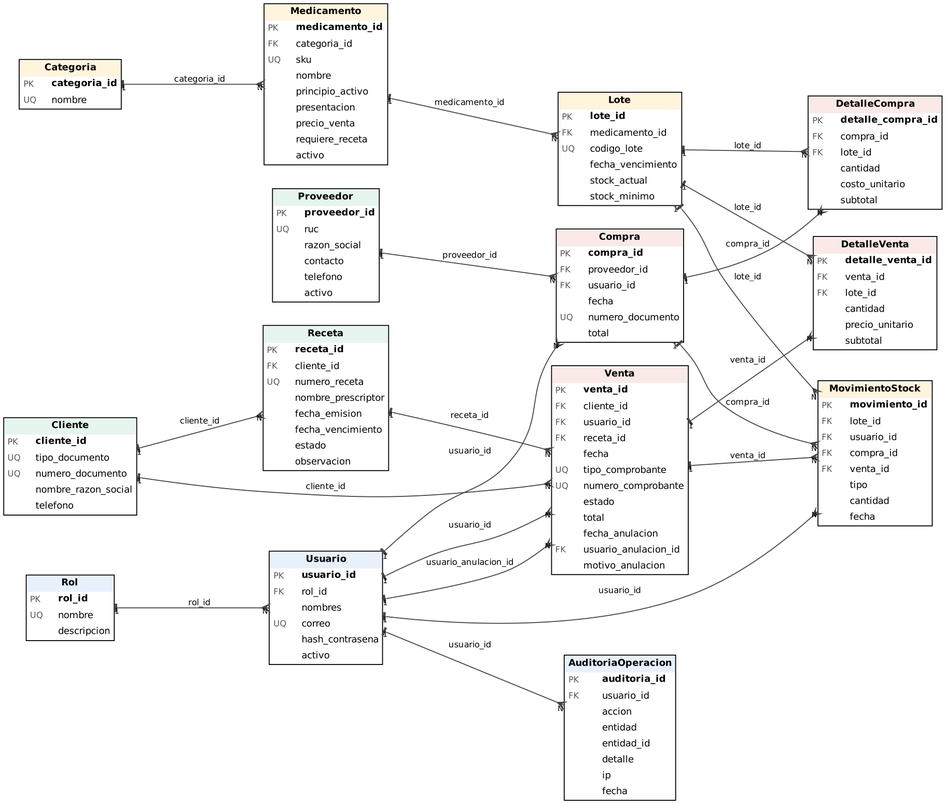
The Graphviz diagram docs/diagramas/modelo_logico.png in angelonavarroxd23-lab/Farma-Control, before a commit. Its source is kept beside it as docs/diagramas/src/modelo_logico.dot.
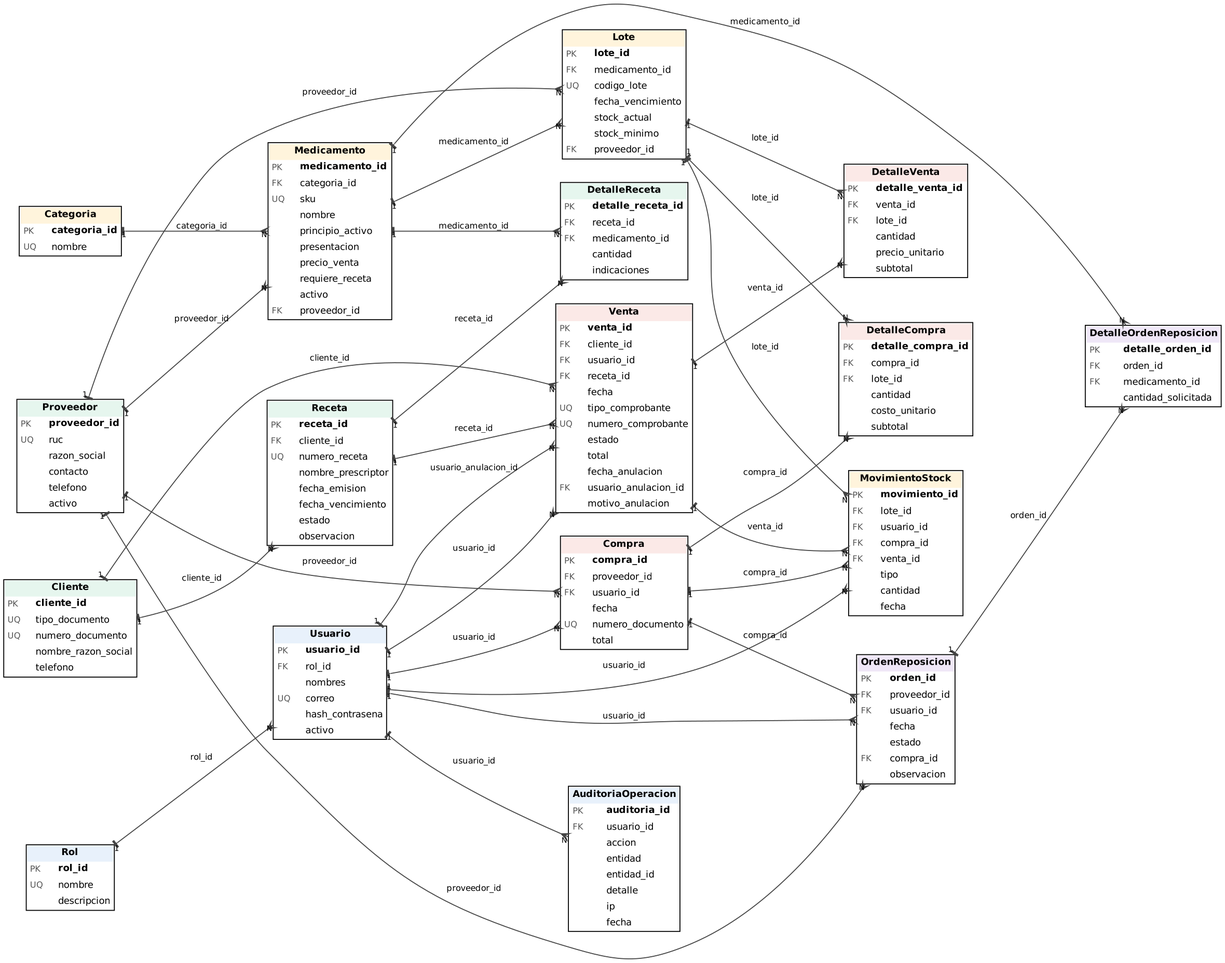
Above is the later version.

What changed in the source:
```diff
@@ -6,23 +6,35 @@
 Cliente [label=<<TABLE BORDER="1" CELLBORDER="0" CELLSPACING="0" CELLPADDING="3" BGCOLOR="white"><TR><TD COLSPAN="2" BGCOLOR="#E6F6EE"><B>Cliente</B></TD></TR><TR><TD ALIGN="LEFT" WIDTH="30"><FONT POINT-SIZE="9" COLOR="#555555">PK</FONT></TD><TD ALIGN="LEFT"><B>cliente_id</B></TD></TR><TR><TD ALIGN="LEFT" WIDTH="30"><FONT POINT-SIZE="9" COLOR="#555555">UQ</FONT></TD><TD ALIGN="LEFT">tipo_documento</TD></TR><TR><TD ALIGN="LEFT" WIDTH="30"><FONT POINT-SIZE="9" COLOR="#555555">UQ</FONT></TD><TD ALIGN="LEFT">numero_documento</TD></TR><TR><TD ALIGN="LEFT" WIDTH="30"> </TD><TD ALIGN="LEFT">nombre_razon_social</TD></TR><TR><TD ALIGN="LEFT" WIDTH="30"> </TD><TD ALIGN="LEFT">telefono</TD></TR></TABLE>>];
 Proveedor [label=<<TABLE BORDER="1" CELLBORDER="0" CELLSPACING="0" CELLPADDING="3" BGCOLOR="white"><TR><TD COLSPAN="2" BGCOLOR="#E6F6EE"><B>Proveedor</B></TD></TR><TR><TD ALIGN="LEFT" WIDTH="30"><FONT POINT-SIZE="9" COLOR="#555555">PK</FONT></TD><TD ALIGN="LEFT"><B>proveedor_id</B></TD></TR><TR><TD ALIGN="LEFT" WIDTH="30"><FONT POINT-SIZE="9" COLOR="#555555">UQ</FONT></TD><TD ALIGN="LEFT">ruc</TD></TR><TR><TD ALIGN="LEFT" WIDTH="30"> </TD><TD ALIGN="LEFT">razon_social</TD></TR><TR><TD ALIGN="LEFT" WIDTH="30"> </TD><TD ALIGN="LEFT">contacto</TD></TR><TR><TD ALIGN="LEFT" WIDTH="30"> </TD><TD ALIGN="LEFT">telefono</TD></TR><TR><TD ALIGN="LEFT" WIDTH="30"> </TD><TD ALIGN="LEFT">activo</TD></TR></TABLE>>];
 Categoria [label=<<TABLE BORDER="1" CELLBORDER="0" CELLSPACING="0" CELLPADDING="3" BGCOLOR="white"><TR><TD COLSPAN="2" BGCOLOR="#FFF4DC"><B>Categoria</B></TD></TR><TR><TD ALIGN="LEFT" WIDTH="30"><FONT POINT-SIZE="9" COLOR="#555555">PK</FONT></TD><TD ALIGN="LEFT"><B>categoria_id</B></TD></TR><TR><TD ALIGN="LEFT" WIDTH="30"><FONT POINT-SIZE="9" COLOR="#555555">UQ</FONT></TD><TD ALIGN="LEFT">nombre</TD></TR></TABLE>>];
-Medicamento [label=<<TABLE BORDER="1" CELLBORDER="0" CELLSPACING="0" CELLPADDING="3" BGCOLOR="white"><TR><TD COLSPAN="2" BGCOLOR="#FFF4DC"><B>Medicamento</B></TD></TR><TR><TD ALIGN="LEFT" WIDTH="30"><FONT POINT-SIZE="9" COLOR="#555555">PK</FONT></TD><TD ALIGN="LEFT"><B>medicamento_id</B></TD></TR><TR><TD ALIGN="LEFT" WIDTH="30"><FONT POINT-SIZE="9" COLOR="#555555">FK</FONT></TD><TD ALIGN="LEFT">categoria_id</TD></TR><TR><TD ALIGN="LEFT" WIDTH="30"><FONT POINT-SIZE="9" COLOR="#555555">UQ</FONT></TD><TD ALIGN="LEFT">sku</TD></TR><TR><TD ALIGN="LEFT" WIDTH="30"> </TD><TD ALIGN="LEFT">nombre</TD></TR><TR><TD ALIGN="LEFT" WIDTH="30"> </TD><TD ALIGN="LEFT">principio_activo</TD></TR><TR><TD ALIGN="LEFT" WIDTH="30"> </TD><TD ALIGN="LEFT">presentacion</TD></TR><TR><TD ALIGN="LEFT" WIDTH="30"> </TD><TD ALIGN="LEFT">precio_venta</TD></TR><TR><TD ALIGN="LEFT" WIDTH="30"> </TD><TD ALIGN="LEFT">requiere_receta</TD></TR><TR><TD ALIGN="LEFT" WIDTH="30"> </TD><TD ALIGN="LEFT">activo</TD></TR></TABLE>>];
+Medicamento [label=<<TABLE BORDER="1" CELLBORDER="0" CELLSPACING="0" CELLPADDING="3" BGCOLOR="white"><TR><TD COLSPAN="2" BGCOLOR="#FFF4DC"><B>Medicamento</B></TD></TR><TR><TD ALIGN="LEFT" WIDTH="30"><FONT POINT-SIZE="9" COLOR="#555555">PK</FONT></TD><TD ALIGN="LEFT"><B>medicamento_id</B></TD></TR><TR><TD ALIGN="LEFT" WIDTH="30"><FONT POINT-SIZE="9" COLOR="#555555">FK</FONT></TD><TD ALIGN="LEFT">categoria_id</TD></TR><TR><TD ALIGN="LEFT" WIDTH="30"><FONT POINT-SIZE="9" COLOR="#555555">UQ</FONT></TD><TD ALIGN="LEFT">sku</TD></TR><TR><TD ALIGN="LEFT" WIDTH="30"> </TD><TD ALIGN="LEFT">nombre</TD></TR><TR><TD ALIGN="LEFT" WIDTH="30"> </TD><TD ALIGN="LEFT">principio_activo</TD></TR><TR><TD ALIGN="LEFT" WIDTH="30"> </TD><TD ALIGN="LEFT">presentacion</TD></TR><TR><TD ALIGN="LEFT" WIDTH="30"> </TD><TD ALIGN="LEFT">precio_venta</TD></TR><TR><TD ALIGN="LEFT" WIDTH="30"> </TD><TD ALIGN="LEFT">requiere_receta</TD></TR><TR><TD ALIGN="LEFT" WIDTH="30"> </TD><TD ALIGN="LEFT">activo</TD></TR><TR><TD ALIGN="LEFT" WIDTH="30"><FONT POINT-SIZE="9" COLOR="#555555">FK</FONT></TD><TD ALIGN="LEFT">proveedor_id</TD></TR></TABLE>>];
 Receta [label=<<TABLE BORDER="1" CELLBORDER="0" CELLSPACING="0" CELLPADDING="3" BGCOLOR="white"><TR><TD COLSPAN="2" BGCOLOR="#E6F6EE"><B>Receta</B></TD></TR><TR><TD ALIGN="LEFT" WIDTH="30"><FONT POINT-SIZE="9" COLOR="#555555">PK</FONT></TD><TD ALIGN="LEFT"><B>receta_id</B></TD></TR><TR><TD ALIGN="LEFT" WIDTH="30"><FONT POINT-SIZE="9" COLOR="#555555">FK</FONT></TD><TD ALIGN="LEFT">cliente_id</TD></TR><TR><TD ALIGN="LEFT" WIDTH="30"><FONT POINT-SIZE="9" COLOR="#555555">UQ</FONT></TD><TD ALIGN="LEFT">numero_receta</TD></TR><TR><TD ALIGN="LEFT" WIDTH="30"> </TD><TD ALIGN="LEFT">nombre_prescriptor</TD></TR><TR><TD ALIGN="LEFT" WIDTH="30"> </TD><TD ALIGN="LEFT">fecha_emision</TD></TR><TR><TD ALIGN="LEFT" WIDTH="30"> </TD><TD ALIGN="LEFT">fecha_vencimiento</TD></TR><TR><TD ALIGN="LEFT" WIDTH="30"> </TD><TD ALIGN="LEFT">estado</TD></TR><TR><TD ALIGN="LEFT" WIDTH="30"> </TD><TD ALIGN="LEFT">observacion</TD></TR></TABLE>>];
-Lote [label=<<TABLE BORDER="1" CELLBORDER="0" CELLSPACING="0" CELLPADDING="3" BGCOLOR="white"><TR><TD COLSPAN="2" BGCOLOR="#FFF4DC"><B>Lote</B></TD></TR><TR><TD ALIGN="LEFT" WIDTH="30"><FONT POINT-SIZE="9" COLOR="#555555">PK</FONT></TD><TD ALIGN="LEFT"><B>lote_id</B></TD></TR><TR><TD ALIGN="LEFT" WIDTH="30"><FONT POINT-SIZE="9" COLOR="#555555">FK</FONT></TD><TD ALIGN="LEFT">medicamento_id</TD></TR><TR><TD ALIGN="LEFT" WIDTH="30"><FONT POINT-SIZE="9" COLOR="#555555">UQ</FONT></TD><TD ALIGN="LEFT">codigo_lote</TD></TR><TR><TD ALIGN="LEFT" WIDTH="30"> </TD><TD ALIGN="LEFT">fecha_vencimiento</TD></TR><TR><TD ALIGN="LEFT" WIDTH="30"> </TD><TD ALIGN="LEFT">stock_actual</TD></TR><TR><TD ALIGN="LEFT" WIDTH="30"> </TD><TD ALIGN="LEFT">stock_minimo</TD></TR></TABLE>>];
+Lote [label=<<TABLE BORDER="1" CELLBORDER="0" CELLSPACING="0" CELLPADDING="3" BGCOLOR="white"><TR><TD COLSPAN="2" BGCOLOR="#FFF4DC"><B>Lote</B></TD></TR><TR><TD ALIGN="LEFT" WIDTH="30"><FONT POINT-SIZE="9" COLOR="#555555">PK</FONT></TD><TD ALIGN="LEFT"><B>lote_id</B></TD></TR><TR><TD ALIGN="LEFT" WIDTH="30"><FONT POINT-SIZE="9" COLOR="#555555">FK</FONT></TD><TD ALIGN="LEFT">medicamento_id</TD></TR><TR><TD ALIGN="LEFT" WIDTH="30"><FONT POINT-SIZE="9" COLOR="#555555">UQ</FONT></TD><TD ALIGN="LEFT">codigo_lote</TD></TR><TR><TD ALIGN="LEFT" WIDTH="30"> </TD><TD ALIGN="LEFT">fecha_vencimiento</TD></TR><TR><TD ALIGN="LEFT" WIDTH="30"> </TD><TD ALIGN="LEFT">stock_actual</TD></TR><TR><TD ALIGN="LEFT" WIDTH="30"> </TD><TD ALIGN="LEFT">stock_minimo</TD></TR><TR><TD ALIGN="LEFT" WIDTH="30"><FONT POINT-SIZE="9" COLOR="#555555">FK</FONT></TD><TD ALIGN="LEFT">proveedor_id</TD></TR></TABLE>>];
+DetalleReceta [label=<<TABLE BORDER="1" CELLBORDER="0" CELLSPACING="0" CELLPADDING="3" BGCOLOR="white"><TR><TD COLSPAN="2" BGCOLOR="#E6F6EE"><B>DetalleReceta</B></TD></TR><TR><TD ALIGN="LEFT" WIDTH="30"><FONT POINT-SIZE="9" COLOR="#555555">PK</FONT></TD><TD ALIGN="LEFT"><B>detalle_receta_id</B></TD></TR><TR><TD ALIGN="LEFT" WIDTH="30"><FONT POINT-SIZE="9" COLOR="#555555">FK</FONT></TD><TD ALIGN="LEFT">receta_id</TD></TR><TR><TD ALIGN="LEFT" WIDTH="30"><FONT POINT-SIZE="9" COLOR="#555555">FK</FONT></TD><TD ALIGN="LEFT">medicamento_id</TD></TR><TR><TD ALIGN="LEFT" WIDTH="30"> </TD><TD ALIGN="LEFT">cantidad</TD></TR><TR><TD ALIGN="LEFT" WIDTH="30"> </TD><TD ALIGN="LEFT">indicaciones</TD></TR></TABLE>>];
 Compra [label=<<TABLE BORDER="1" CELLBORDER="0" CELLSPACING="0" CELLPADDING="3" BGCOLOR="white"><TR><TD COLSPAN="2" BGCOLOR="#FBE9E7"><B>Compra</B></TD></TR><TR><TD ALIGN="LEFT" WIDTH="30"><FONT POINT-SIZE="9" COLOR="#555555">PK</FONT></TD><TD ALIGN="LEFT"><B>compra_id</B></TD></TR><TR><TD ALIGN="LEFT" WIDTH="30"><FONT POINT-SIZE="9" COLOR="#555555">FK</FONT></TD><TD ALIGN="LEFT">proveedor_id</TD></TR><TR><TD ALIGN="LEFT" WIDTH="30"><FONT POINT-SIZE="9" COLOR="#555555">FK</FONT></TD><TD ALIGN="LEFT">usuario_id</TD></TR><TR><TD ALIGN="LEFT" WIDTH="30"> </TD><TD ALIGN="LEFT">fecha</TD></TR><TR><TD ALIGN="LEFT" WIDTH="30"><FONT POINT-SIZE="9" COLOR="#555555">UQ</FONT></TD><TD ALIGN="LEFT">numero_documento</TD></TR><TR><TD ALIGN="LEFT" WIDTH="30"> </TD><TD ALIGN="LEFT">total</TD></TR></TABLE>>];
 DetalleCompra [label=<<TABLE BORDER="1" CELLBORDER="0" CELLSPACING="0" CELLPADDING="3" BGCOLOR="white"><TR><TD COLSPAN="2" BGCOLOR="#FBE9E7"><B>DetalleCompra</B></TD></TR><TR><TD ALIGN="LEFT" WIDTH="30"><FONT POINT-SIZE="9" COLOR="#555555">PK</FONT></TD><TD ALIGN="LEFT"><B>detalle_compra_id</B></TD></TR><TR><TD ALIGN="LEFT" WIDTH="30"><FONT POINT-SIZE="9" COLOR="#555555">FK</FONT></TD><TD ALIGN="LEFT">compra_id</TD></TR><TR><TD ALIGN="LEFT" WIDTH="30"><FONT POINT-SIZE="9" COLOR="#555555">FK</FONT></TD><TD ALIGN="LEFT">lote_id</TD></TR><TR><TD ALIGN="LEFT" WIDTH="30"> </TD><TD ALIGN="LEFT">cantidad</TD></TR><TR><TD ALIGN="LEFT" WIDTH="30"> </TD><TD ALIGN="LEFT">costo_unitario</TD></TR><TR><TD ALIGN="LEFT" WIDTH="30"> </TD><TD ALIGN="LEFT">subtotal</TD></TR></TABLE>>];
+OrdenReposicion [label=<<TABLE BORDER="1" CELLBORDER="0" CELLSPACING="0" CELLPADDING="3" BGCOLOR="white"><TR><TD COLSPAN="2" BGCOLOR="#EFE7F7"><B>OrdenReposicion</B></TD></TR><TR><TD ALIGN="LEFT" WIDTH="30"><FONT POINT-SIZE="9" COLOR="#555555">PK</FONT></TD><TD ALIGN="LEFT"><B>orden_id</B></TD></TR><TR><TD ALIGN="LEFT" WIDTH="30"><FONT POINT-SIZE="9" COLOR="#555555">FK</FONT></TD><TD ALIGN="LEFT">proveedor_id</TD></TR><TR><TD ALIGN="LEFT" WIDTH="30"><FONT POINT-SIZE="9" COLOR="#555555">FK</FONT></TD><TD ALIGN="LEFT">usuario_id</TD></TR><TR><TD ALIGN="LEFT" WIDTH="30"> </TD><TD ALIGN="LEFT">fecha</TD></TR><TR><TD ALIGN="LEFT" WIDTH="30"> </TD><TD ALIGN="LEFT">estado</TD></TR><TR><TD ALIGN="LEFT" WIDTH="30"><FONT POINT-SIZE="9" COLOR="#555555">FK</FONT></TD><TD ALIGN="LEFT">compra_id</TD></TR><TR><TD ALIGN="LEFT" WIDTH="30"> </TD><TD ALIGN="LEFT">observacion</TD></TR></TABLE>>];
+DetalleOrdenReposicion [label=<<TABLE BORDER="1" CELLBORDER="0" CELLSPACING="0" CELLPADDING="3" BGCOLOR="white"><TR><TD COLSPAN="2" BGCOLOR="#EFE7F7"><B>DetalleOrdenReposicion</B></TD></TR><TR><TD ALIGN="LEFT" WIDTH="30"><FONT POINT-SIZE="9" COLOR="#555555">PK</FONT></TD><TD ALIGN="LEFT"><B>detalle_orden_id</B></TD></TR><TR><TD ALIGN="LEFT" WIDTH="30"><FONT POINT-SIZE="9" COLOR="#555555">FK</FONT></TD><TD ALIGN="LEFT">orden_id</TD></TR><TR><TD ALIGN="LEFT" WIDTH="30"><FONT POINT-SIZE="9" COLOR="#555555">FK</FONT></TD><TD ALIGN="LEFT">medicamento_id</TD></TR><TR><TD ALIGN="LEFT" WIDTH="30"> </TD><TD ALIGN="LEFT">cantidad_solicitada</TD></TR></TABLE>>];
 Venta [label=<<TABLE BORDER="1" CELLBORDER="0" CELLSPACING="0" CELLPADDING="3" BGCOLOR="white"><TR><TD COLSPAN="2" BGCOLOR="#FBE9E7"><B>Venta</B></TD></TR><TR><TD ALIGN="LEFT" WIDTH="30"><FONT POINT-SIZE="9" COLOR="#555555">PK</FONT></TD><TD ALIGN="LEFT"><B>venta_id</B></TD></TR><TR><TD ALIGN="LEFT" WIDTH="30"><FONT POINT-SIZE="9" COLOR="#555555">FK</FONT></TD><TD ALIGN="LEFT">cliente_id</TD></TR><TR><TD ALIGN="LEFT" WIDTH="30"><FONT POINT-SIZE="9" COLOR="#555555">FK</FONT></TD><TD ALIGN="LEFT">usuario_id</TD></TR><TR><TD ALIGN="LEFT" WIDTH="30"><FONT POINT-SIZE="9" COLOR="#555555">FK</FONT></TD><TD ALIGN="LEFT">receta_id</TD></TR><TR><TD ALIGN="LEFT" WIDTH="30"> </TD><TD ALIGN="LEFT">fecha</TD></TR><TR><TD ALIGN="LEFT" WIDTH="30"><FONT POINT-SIZE="9" COLOR="#555555">UQ</FONT></TD><TD ALIGN="LEFT">tipo_comprobante</TD></TR><TR><TD ALIGN="LEFT" WIDTH="30"><FONT POINT-SIZE="9" COLOR="#555555">UQ</FONT></TD><TD ALIGN="LEFT">numero_comprobante</TD></TR><TR><TD ALIGN="LEFT" WIDTH="30"> </TD><TD ALIGN="LEFT">estado</TD></TR><TR><TD ALIGN="LEFT" WIDTH="30"> </TD><TD ALIGN="LEFT">total</TD></TR><TR><TD ALIGN="LEFT" WIDTH="30"> </TD><TD ALIGN="LEFT">fecha_anulacion</TD></TR><TR><TD ALIGN="LEFT" WIDTH="30"><FONT POINT-SIZE="9" COLOR="#555555">FK</FONT></TD><TD ALIGN="LEFT">usuario_anulacion_id</TD></TR><TR><TD ALIGN="LEFT" WIDTH="30"> </TD><TD ALIGN="LEFT">motivo_anulacion</TD></TR></TABLE>>];
 DetalleVenta [label=<<TABLE BORDER="1" CELLBORDER="0" CELLSPACING="0" CELLPADDING="3" BGCOLOR="white"><TR><TD COLSPAN="2" BGCOLOR="#FBE9E7"><B>DetalleVenta</B></TD></TR><TR><TD ALIGN="LEFT" WIDTH="30"><FONT POINT-SIZE="9" COLOR="#555555">PK</FONT></TD><TD ALIGN="LEFT"><B>detalle_venta_id</B></TD></TR><TR><TD ALIGN="LEFT" WIDTH="30"><FONT POINT-SIZE="9" COLOR="#555555">FK</FONT></TD><TD ALIGN="LEFT">venta_id</TD></TR><TR><TD ALIGN="LEFT" WIDTH="30"><FONT POINT-SIZE="9" COLOR="#555555">FK</FONT></TD><TD ALIGN="LEFT">lote_id</TD></TR><TR><TD ALIGN="LEFT" WIDTH="30"> </TD><TD ALIGN="LEFT">cantidad</TD></TR><TR><TD ALIGN="LEFT" WIDTH="30"> </TD><TD ALIGN="LEFT">precio_unitario</TD></TR><TR><TD ALIGN="LEFT" WIDTH="30"> </TD><TD ALIGN="LEFT">subtotal</TD></TR></TABLE>>];
 MovimientoStock [label=<<TABLE BORDER="1" CELLBORDER="0" CELLSPACING="0" CELLPADDING="3" BGCOLOR="white"><TR><TD COLSPAN="2" BGCOLOR="#FFF4DC"><B>MovimientoStock</B></TD></TR><TR><TD ALIGN="LEFT" WIDTH="30"><FONT POINT-SIZE="9" COLOR="#555555">PK</FONT></TD><TD ALIGN="LEFT"><B>movimiento_id</B></TD></TR><TR><TD ALIGN="LEFT" WIDTH="30"><FONT POINT-SIZE="9" COLOR="#555555">FK</FONT></TD><TD ALIGN="LEFT">lote_id</TD></TR><TR><TD ALIGN="LEFT" WIDTH="30"><FONT POINT-SIZE="9" COLOR="#555555">FK</FONT></TD><TD ALIGN="LEFT">usuario_id</TD></TR><TR><TD ALIGN="LEFT" WIDTH="30"><FONT POINT-SIZE="9" COLOR="#555555">FK</FONT></TD><TD ALIGN="LEFT">compra_id</TD></TR><TR><TD ALIGN="LEFT" WIDTH="30"><FONT POINT-SIZE="9" COLOR="#555555">FK</FONT></TD><TD ALIGN="LEFT">venta_id</TD></TR><TR><TD ALIGN="LEFT" WIDTH="30"> </TD><TD ALIGN="LEFT">tipo</TD></TR><TR><TD ALIGN="LEFT" WIDTH="30"> </TD><TD ALIGN="LEFT">cantidad</TD></TR><TR><TD ALIGN="LEFT" WIDTH="30"> </TD><TD ALIGN="LEFT">fecha</TD></TR></TABLE>>];
 AuditoriaOperacion [label=<<TABLE BORDER="1" CELLBORDER="0" CELLSPACING="0" CELLPADDING="3" BGCOLOR="white"><TR><TD COLSPAN="2" BGCOLOR="#E8F1FB"><B>AuditoriaOperacion</B></TD></TR><TR><TD ALIGN="LEFT" WIDTH="30"><FONT POINT-SIZE="9" COLOR="#555555">PK</FONT></TD><TD ALIGN="LEFT"><B>auditoria_id</B></TD></TR><TR><TD ALIGN="LEFT" WIDTH="30"><FONT POINT-SIZE="9" COLOR="#555555">FK</FONT></TD><TD ALIGN="LEFT">usuario_id</TD></TR><TR><TD ALIGN="LEFT" WIDTH="30"> </TD><TD ALIGN="LEFT">accion</TD></TR><TR><TD ALIGN="LEFT" WIDTH="30"> </TD><TD ALIGN="LEFT">entidad</TD></TR><TR><TD ALIGN="LEFT" WIDTH="30"> </TD><TD ALIGN="LEFT">entidad_id</TD></TR><TR><TD ALIGN="LEFT" WIDTH="30"> </TD><TD ALIGN="LEFT">detalle</TD></TR><TR><TD ALIGN="LEFT" WIDTH="30"> </TD><TD ALIGN="LEFT">ip</TD></TR><TR><TD ALIGN="LEFT" WIDTH="30"> </TD><TD ALIGN="LEFT">fecha</TD></TR></TABLE>>];
 Rol -> Usuario [taillabel="1", headlabel="N", label="rol_id", labelfontsize=8];
 Categoria -> Medicamento [taillabel="1", headlabel="N", label="categoria_id", labelfontsize=8];
+Proveedor -> Medicamento [taillabel="1", headlabel="N", label="proveedor_id", labelfontsize=8];
 Cliente -> Receta [taillabel="1", headlabel="N", label="cliente_id", labelfontsize=8];
 Medicamento -> Lote [taillabel="1", headlabel="N", label="medicamento_id", labelfontsize=8];
+Proveedor -> Lote [taillabel="1", headlabel="N", label="proveedor_id", labelfontsize=8];
+Receta -> DetalleReceta [taillabel="1", headlabel="N", label="receta_id", labelfontsize=8];
+Medicamento -> DetalleReceta [taillabel="1", headlabel="N", label="medicamento_id", labelfontsize=8];
 Proveedor -> Compra [taillabel="1", headlabel="N", label="proveedor_id", labelfontsize=8];
 Usuario -> Compra [taillabel="1", headlabel="N", label="usuario_id", labelfontsize=8];
 Compra -> DetalleCompra [taillabel="1", headlabel="N", label="compra_id", labelfontsize=8];
 Lote -> DetalleCompra [taillabel="1", headlabel="N", label="lote_id", labelfontsize=8];
+Proveedor -> OrdenReposicion [taillabel="1", headlabel="N", label="proveedor_id", labelfontsize=8];
+Usuario -> OrdenReposicion [taillabel="1", headlabel="N", label="usuario_id", labelfontsize=8];
+Compra -> OrdenReposicion [taillabel="1", headlabel="N", label="compra_id", labelfontsize=8];
+OrdenReposicion -> DetalleOrdenReposicion [taillabel="1", headlabel="N", label="orden_id", labelfontsize=8];
+Medicamento -> DetalleOrdenReposicion [taillabel="1", headlabel="N", label="medicamento_id", labelfontsize=8];
 Cliente -> Venta [taillabel="1", headlabel="N", label="cliente_id", labelfontsize=8];
 Usuario -> Venta [taillabel="1", headlabel="N", label="usuario_id", labelfontsize=8];
 Receta -> Venta [taillabel="1", headlabel="N", label="receta_id", labelfontsize=8];
```
